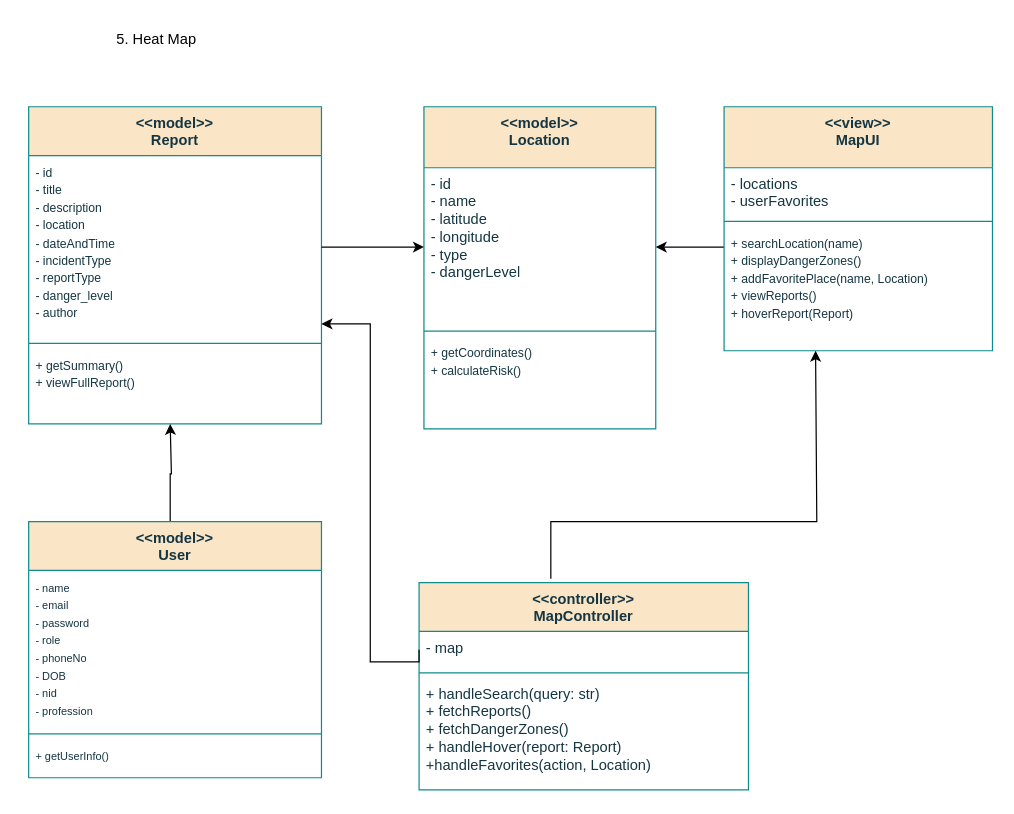
Before: page "5. Heat Map" (5 of 5) of Untitled Diagram.drawio in TH-014/CSE_326, a draw.io diagram. Source tidied: cells renumbered, new cells numbered last; positions are measured from the earlier drawing's top-left corner, leaving out a move shared by most shapes. Both pictures are drawn from the tidied source at 122%, with x=0, y=0 at pixel (28, 21).
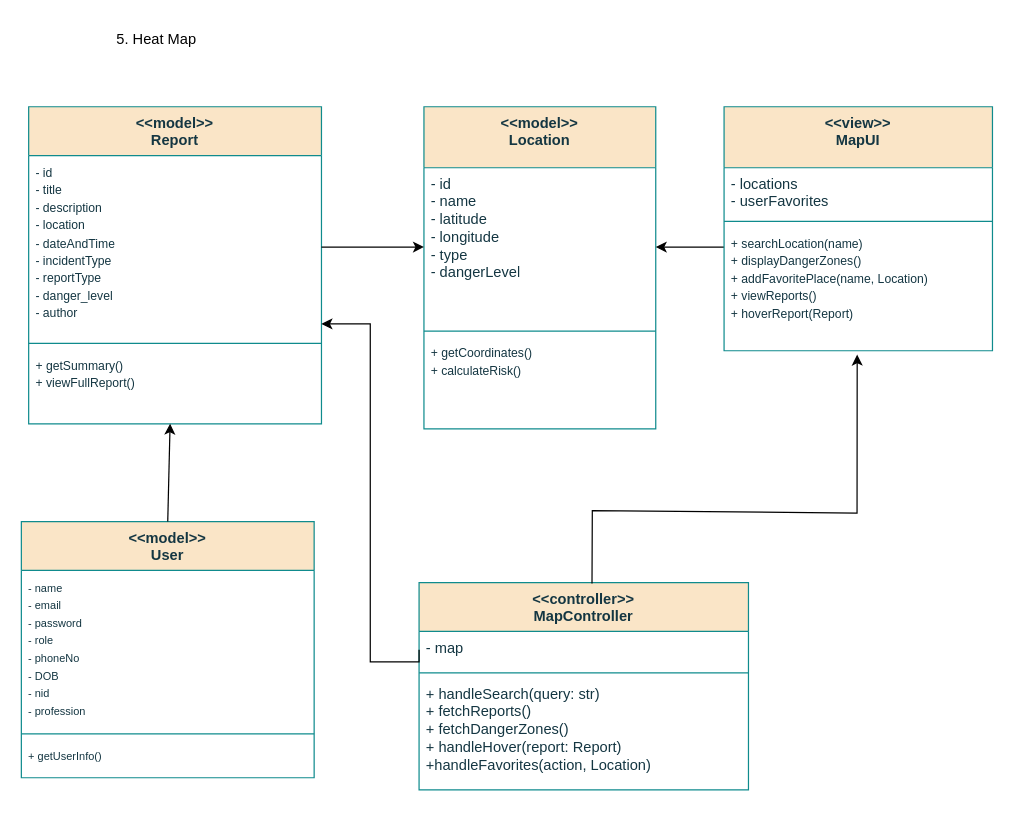
The same page after the edit.

The change refers to these unchanged cells:
```xml
<mxCell id="10" value="&lt;font size=&quot;1&quot;&gt;+ searchLocation(name)&lt;br&gt;+ displayDangerZones()&lt;br&gt;+ addFavoritePlace(name, Location)&lt;br&gt;+ viewReports()&lt;br&gt;+ hoverReport(Report)&lt;/font&gt;" style="text;strokeColor=none;fillColor=none;align=left;verticalAlign=top;spacingLeft=4;spacingRight=4;overflow=hidden;points=[[0,0.5],[1,0.5]];portConstraint=eastwest;whiteSpace=wrap;html=1;fontColor=#143642;" parent="7" vertex="1">
  <mxGeometry y="98" width="220" height="102" as="geometry" />
</mxCell>
<mxCell id="15" value="&lt;font size=&quot;1&quot;&gt;+ getSummary()&lt;br&gt;+ viewFullReport()&lt;/font&gt;" style="text;strokeColor=none;fillColor=none;align=left;verticalAlign=top;spacingLeft=4;spacingRight=4;overflow=hidden;points=[[0,0.5],[1,0.5]];portConstraint=eastwest;whiteSpace=wrap;html=1;fontColor=#143642;" parent="12" vertex="1">
  <mxGeometry y="198" width="240" height="62" as="geometry" />
</mxCell>
<mxCell id="22" value="&amp;lt;&amp;lt;controller&amp;gt;&amp;gt;&lt;br&gt;MapController" style="swimlane;fontStyle=1;align=center;verticalAlign=top;horizontal=1;startSize=40;whiteSpace=wrap;html=1;labelBackgroundColor=none;fillColor=#FAE5C7;strokeColor=#0F8B8D;fontColor=#143642;" parent="1" vertex="1">
  <mxGeometry x="320" y="460" width="270" height="170" as="geometry" />
</mxCell>
```

What changed in the source:
```diff
@@
-    <mxCell id="16" style="edgeStyle=orthogonalEdgeStyle;rounded=0;orthogonalLoop=1;jettySize=auto;html=1;" parent="1" edge="1">
-      <mxGeometry relative="1" as="geometry">
-        <mxPoint x="120" y="410" as="sourcePoint" />
-        <mxPoint x="116" y="330" as="targetPoint" />
-        <Array as="points">
-          <mxPoint x="120" y="411" />
-          <mxPoint x="116" y="411" />
-          <mxPoint x="116" y="371" />
-          <mxPoint x="117" y="371" />
-        </Array>
-      </mxGeometry>
-    </mxCell>
     <mxCell id="17" value="&amp;lt;&amp;lt;model&amp;gt;&amp;gt;&lt;br&gt;User" style="swimlane;fontStyle=1;align=center;verticalAlign=top;horizontal=1;startSize=40;whiteSpace=wrap;html=1;labelBackgroundColor=none;fillColor=#FAE5C7;strokeColor=#0F8B8D;fontColor=#143642;" parent="1" vertex="1">
-      <mxGeometry y="410" width="240" height="210" as="geometry" />
+      <mxGeometry x="-6" y="410" width="240" height="210" as="geometry" />
     </mxCell>
@@
-    <mxCell id="28" style="edgeStyle=orthogonalEdgeStyle;rounded=0;jettySize=auto;html=1;exitX=0.4;exitY=-0.018;exitDx=0;exitDy=0;exitPerimeter=0;" parent="1" edge="1" source="22">
-      <mxGeometry relative="1" as="geometry">
-        <mxPoint x="645" y="270" as="targetPoint" />
-        <Array as="points">
-          <mxPoint x="428" y="410" />
-          <mxPoint x="646" y="410" />
-        </Array>
-      </mxGeometry>
-    </mxCell>
@@
+    <mxCell id="30" style="endArrow=classic;html=1;rounded=0;entryX=0.483;entryY=0.997;entryDx=0;entryDy=0;entryPerimeter=0;exitX=0.5;exitY=0;exitDx=0;exitDy=0;" parent="1" edge="1" source="17" target="15">
+      <mxGeometry relative="1" as="geometry" />
+    </mxCell>
+    <mxCell id="31" style="endArrow=classic;html=1;rounded=0;exitX=0.525;exitY=0.004;exitDx=0;exitDy=0;exitPerimeter=0;entryX=0.496;entryY=1.031;entryDx=0;entryDy=0;entryPerimeter=0;" parent="1" edge="1" source="22" target="10">
+      <mxGeometry relative="1" as="geometry">
+        <Array as="points">
+          <mxPoint x="462" y="401" />
+          <mxPoint x="679" y="403" />
+        </Array>
+      </mxGeometry>
+    </mxCell>
```
